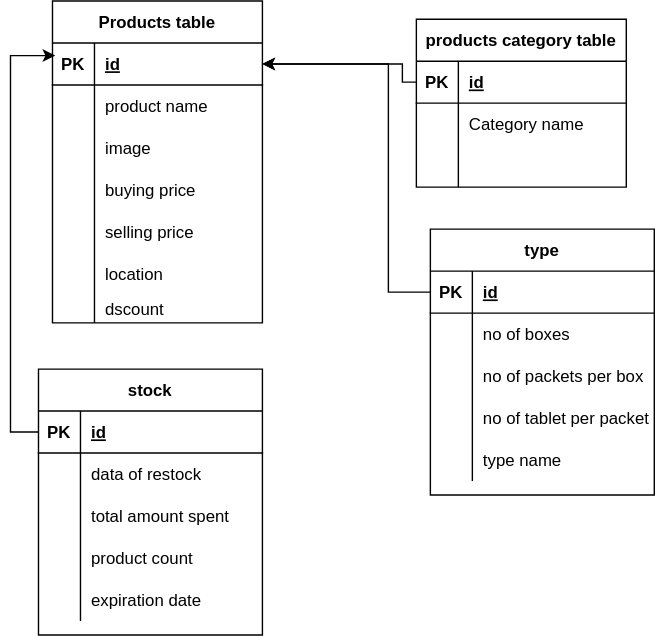
This is database-diagram/chemsalesDatabase.drawio.svg from Red-stevo/ChemistSystsemBackend, a draw.io export, as it was before one commit. Source tidied: cells renumbered, new cells last; positions are measured from the earlier drawing's top-left corner, leaving out a move shared by most shapes.
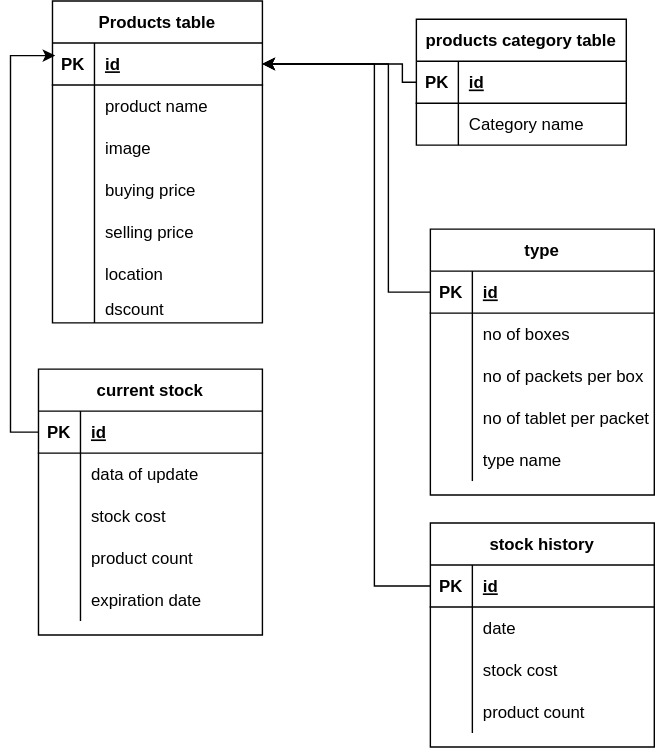
The same diagram one commit later.

Diff of the diagram source:
```diff
@@ -117,7 +117,7 @@
       <mxGeometry x="30" width="120" height="20" as="geometry" />
     </mxCell>
     <mxCell id="40" value="products category table" style="shape=table;startSize=30;rowLines=0;fontStyle=1;align=center;" parent="1" vertex="1">
-      <mxGeometry x="270" y="13" width="150" height="120" as="geometry" />
+      <mxGeometry x="270" y="13" width="150" height="90" as="geometry" />
     </mxCell>
     <mxCell id="41" style="shape=partialRectangle;fillColor=none;points=[[0,0.5],[1,0.5]];portConstraint=eastwest;top=0;left=0;right=0;bottom=1;" parent="40" vertex="1">
       <mxGeometry y="30" width="150" height="30" as="geometry" />
@@ -137,15 +137,6 @@
     <mxCell id="46" value="Category name" style="shape=partialRectangle;overflow=hidden;fillColor=none;top=0;left=0;bottom=0;right=0;align=left;spacingLeft=6;" parent="44" vertex="1">
       <mxGeometry x="30" width="120" height="30" as="geometry" />
     </mxCell>
-    <mxCell id="47" style="shape=partialRectangle;fillColor=none;top=0;left=0;right=0;bottom=0;" parent="40" vertex="1">
-      <mxGeometry y="90" width="150" height="30" as="geometry" />
-    </mxCell>
-    <mxCell id="48" style="shape=partialRectangle;overflow=hidden;fillColor=none;top=0;left=0;bottom=0;right=0;" parent="47" vertex="1">
-      <mxGeometry width="30" height="30" as="geometry" />
-    </mxCell>
-    <mxCell id="49" style="shape=partialRectangle;overflow=hidden;fillColor=none;top=0;left=0;bottom=0;right=0;align=left;spacingLeft=6;" parent="47" vertex="1">
-      <mxGeometry x="30" width="120" height="30" as="geometry" />
-    </mxCell>
     <mxCell id="50" style="edgeStyle=orthogonalEdgeStyle;rounded=0;jettySize=auto;html=1;exitX=0;exitY=0.5;exitDx=0;exitDy=0;" parent="1" edge="1" source="41" target="19">
       <mxGeometry relative="1" as="geometry">
         <Array as="points">
@@ -162,7 +153,7 @@
         </Array>
       </mxGeometry>
     </mxCell>
-    <mxCell id="52" value="stock" style="shape=table;startSize=30;rowLines=0;fontStyle=1;align=center;" parent="1" vertex="1">
+    <mxCell id="52" value="current stock" style="shape=table;startSize=30;rowLines=0;fontStyle=1;align=center;" parent="1" vertex="1">
       <mxGeometry y="263" width="160" height="190" as="geometry" />
     </mxCell>
     <mxCell id="53" style="shape=partialRectangle;fillColor=none;points=[[0,0.5],[1,0.5]];portConstraint=eastwest;top=0;left=0;right=0;bottom=1;" parent="52" vertex="1">
@@ -180,7 +171,7 @@
     <mxCell id="57" style="shape=partialRectangle;overflow=hidden;fillColor=none;top=0;left=0;bottom=0;right=0;" parent="56" vertex="1">
       <mxGeometry width="30" height="30" as="geometry" />
     </mxCell>
-    <mxCell id="58" value="data of restock" style="shape=partialRectangle;overflow=hidden;fillColor=none;top=0;left=0;bottom=0;right=0;align=left;spacingLeft=6;" parent="56" vertex="1">
+    <mxCell id="58" value="data of update" style="shape=partialRectangle;overflow=hidden;fillColor=none;top=0;left=0;bottom=0;right=0;align=left;spacingLeft=6;" parent="56" vertex="1">
       <mxGeometry x="30" width="130" height="30" as="geometry" />
     </mxCell>
     <mxCell id="59" style="shape=partialRectangle;fillColor=none;top=0;left=0;right=0;bottom=0;" parent="52" vertex="1">
@@ -189,7 +180,7 @@
     <mxCell id="60" style="shape=partialRectangle;overflow=hidden;fillColor=none;top=0;left=0;bottom=0;right=0;" parent="59" vertex="1">
       <mxGeometry width="30" height="30" as="geometry" />
     </mxCell>
-    <mxCell id="61" value="total amount spent" style="shape=partialRectangle;overflow=hidden;fillColor=none;top=0;left=0;bottom=0;right=0;align=left;spacingLeft=6;" parent="59" vertex="1">
+    <mxCell id="61" value="stock cost" style="shape=partialRectangle;overflow=hidden;fillColor=none;top=0;left=0;bottom=0;right=0;align=left;spacingLeft=6;" parent="59" vertex="1">
       <mxGeometry x="30" width="130" height="30" as="geometry" />
     </mxCell>
     <mxCell id="62" style="shape=partialRectangle;fillColor=none;top=0;left=0;right=0;bottom=0;" parent="52" vertex="1">
@@ -213,5 +204,52 @@
     <mxCell id="68" style="edgeStyle=orthogonalEdgeStyle;rounded=0;jettySize=auto;html=1;exitX=0;exitY=0.5;exitDx=0;exitDy=0;entryX=0.013;entryY=0.3;entryDx=0;entryDy=0;entryPerimeter=0;" parent="1" edge="1" source="53" target="19">
       <mxGeometry relative="1" as="geometry" />
     </mxCell>
+    <mxCell id="69" value="stock history" style="shape=table;startSize=30;rowLines=0;fontStyle=1;align=center;" parent="1" vertex="1">
+      <mxGeometry x="280" y="373" width="160" height="160" as="geometry" />
+    </mxCell>
+    <mxCell id="70" style="shape=partialRectangle;fillColor=none;points=[[0,0.5],[1,0.5]];portConstraint=eastwest;top=0;left=0;right=0;bottom=1;" parent="69" vertex="1">
+      <mxGeometry y="30" width="160" height="30" as="geometry" />
+    </mxCell>
+    <mxCell id="71" value="PK" style="shape=partialRectangle;overflow=hidden;fillColor=none;top=0;left=0;bottom=0;right=0;fontStyle=1;" parent="70" vertex="1">
+      <mxGeometry width="30" height="30" as="geometry" />
+    </mxCell>
+    <mxCell id="72" value="id" style="shape=partialRectangle;overflow=hidden;fillColor=none;top=0;left=0;bottom=0;right=0;align=left;spacingLeft=6;fontStyle=5;" parent="70" vertex="1">
+      <mxGeometry x="30" width="130" height="30" as="geometry" />
+    </mxCell>
+    <mxCell id="73" style="shape=partialRectangle;fillColor=none;top=0;left=0;right=0;bottom=0;" parent="69" vertex="1">
+      <mxGeometry y="60" width="160" height="30" as="geometry" />
+    </mxCell>
+    <mxCell id="74" style="shape=partialRectangle;overflow=hidden;fillColor=none;top=0;left=0;bottom=0;right=0;" parent="73" vertex="1">
+      <mxGeometry width="30" height="30" as="geometry" />
+    </mxCell>
+    <mxCell id="75" value="date" style="shape=partialRectangle;overflow=hidden;fillColor=none;top=0;left=0;bottom=0;right=0;align=left;spacingLeft=6;" parent="73" vertex="1">
+      <mxGeometry x="30" width="130" height="30" as="geometry" />
+    </mxCell>
+    <mxCell id="76" style="shape=partialRectangle;fillColor=none;top=0;left=0;right=0;bottom=0;" parent="69" vertex="1">
+      <mxGeometry y="90" width="160" height="30" as="geometry" />
+    </mxCell>
+    <mxCell id="77" style="shape=partialRectangle;overflow=hidden;fillColor=none;top=0;left=0;bottom=0;right=0;" parent="76" vertex="1">
+      <mxGeometry width="30" height="30" as="geometry" />
+    </mxCell>
+    <mxCell id="78" value="stock cost" style="shape=partialRectangle;overflow=hidden;fillColor=none;top=0;left=0;bottom=0;right=0;align=left;spacingLeft=6;" parent="76" vertex="1">
+      <mxGeometry x="30" width="130" height="30" as="geometry" />
+    </mxCell>
+    <mxCell id="79" style="shape=partialRectangle;fillColor=none;top=0;left=0;right=0;bottom=0;" parent="69" vertex="1">
+      <mxGeometry y="120" width="160" height="30" as="geometry" />
+    </mxCell>
+    <mxCell id="80" style="shape=partialRectangle;overflow=hidden;fillColor=none;top=0;left=0;bottom=0;right=0;" parent="79" vertex="1">
+      <mxGeometry width="30" height="30" as="geometry" />
+    </mxCell>
+    <mxCell id="81" value="product count" style="shape=partialRectangle;overflow=hidden;fillColor=none;top=0;left=0;bottom=0;right=0;align=left;spacingLeft=6;" parent="79" vertex="1">
+      <mxGeometry x="30" width="130" height="30" as="geometry" />
+    </mxCell>
+    <mxCell id="82" style="edgeStyle=orthogonalEdgeStyle;rounded=0;jettySize=auto;html=1;exitX=0;exitY=0.5;exitDx=0;exitDy=0;" parent="1" edge="1" source="70" target="19">
+      <mxGeometry relative="1" as="geometry">
+        <Array as="points">
+          <mxPoint x="240" y="418" />
+          <mxPoint x="240" y="45" />
+        </Array>
+      </mxGeometry>
+    </mxCell>
   </root>
 </mxGraphModel>
```
